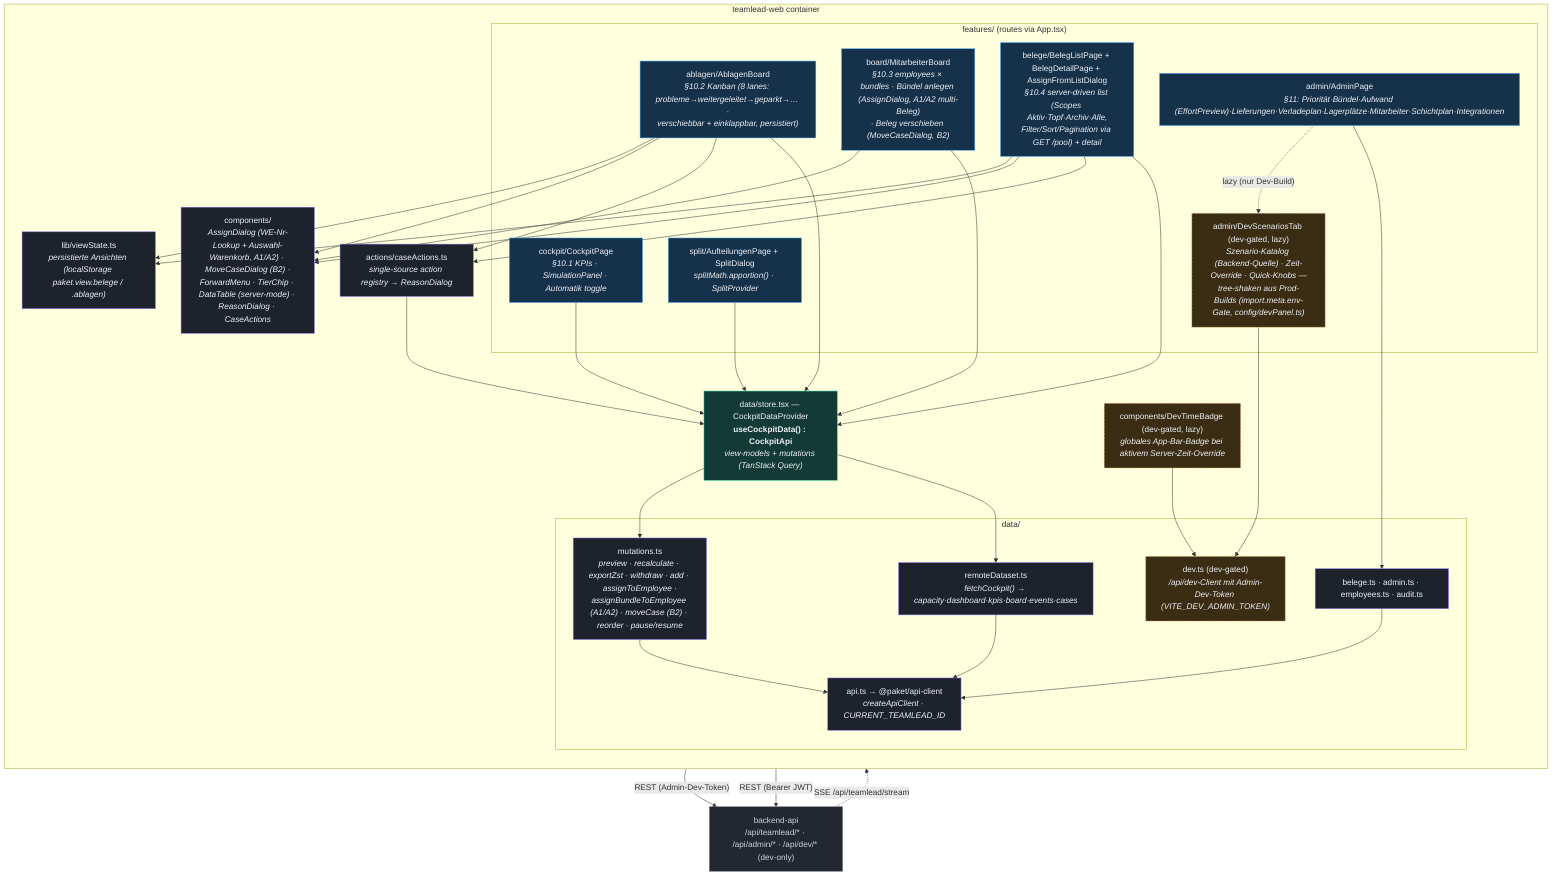
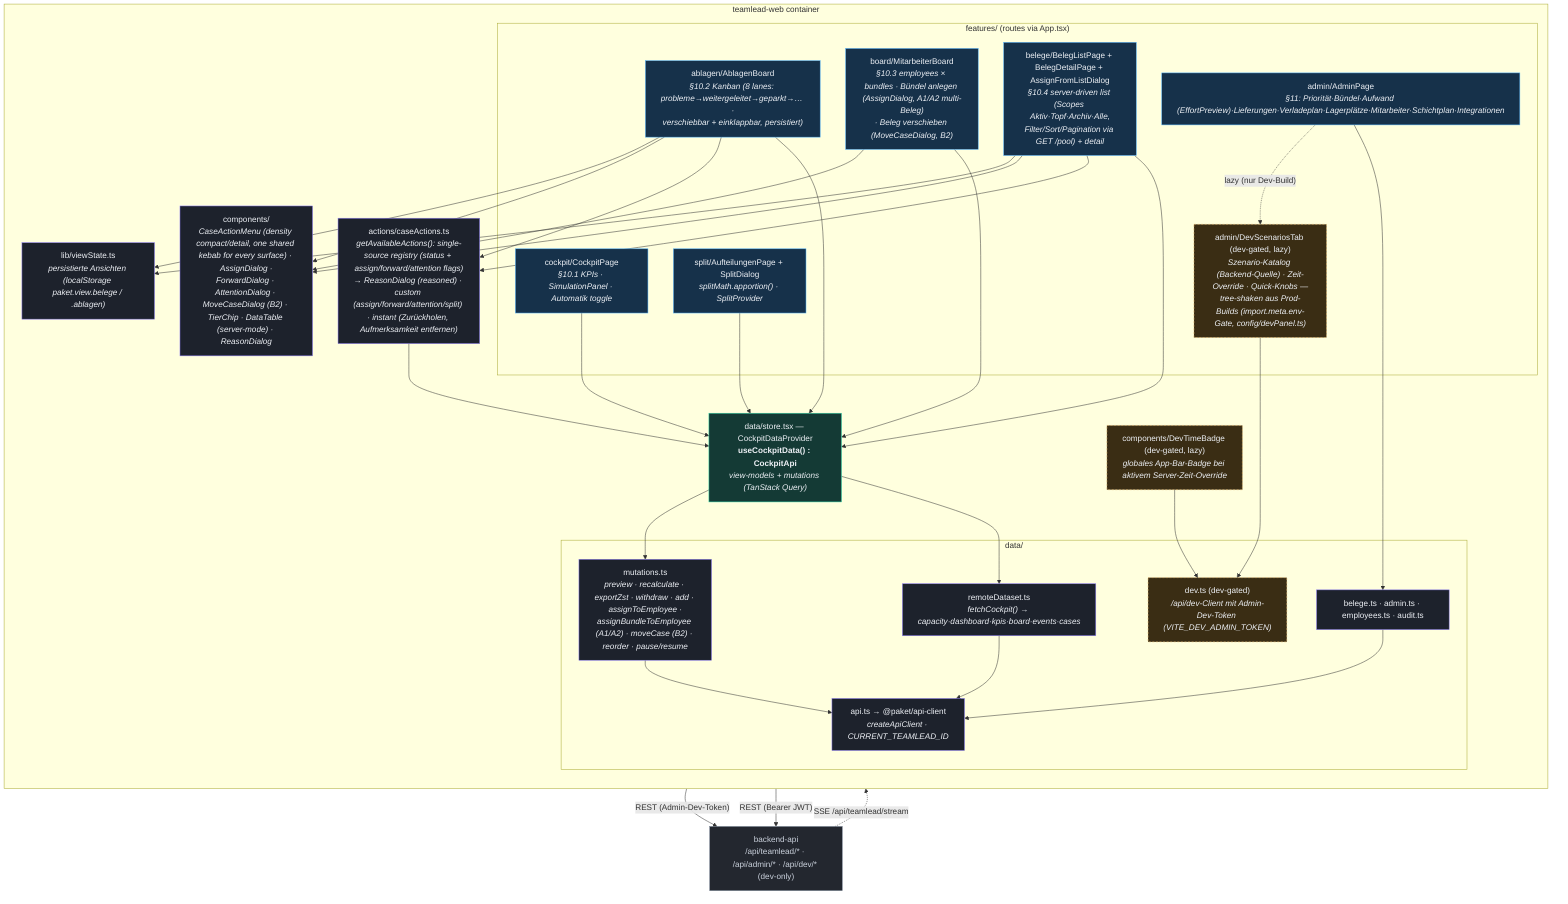
%% C4 Level 3 — Components: teamlead-web (React + Vite + MUI, TanStack Query)
%% Verified against apps/teamlead-web/src/* (features/, data/, actions/, components/).
flowchart TB
    classDef feat fill:#16314a,stroke:#56b6ff,color:#eef1f6;
    classDef store fill:#143a35,stroke:#2dd4a7,color:#eef1f6;
    classDef logic fill:#1d222c,stroke:#8b7cf6,color:#eef1f6;
    classDef ext fill:#23272f,stroke:#7c8696,color:#cbd2dd;
    classDef dev fill:#3a2d14,stroke:#e5b567,color:#eef1f6,stroke-dasharray:4 3;

    api["backend-api<br/>/api/teamlead/* · /api/admin/* · /api/dev/* (dev-only)"]:::ext

    subgraph web["teamlead-web container"]
        direction TB
        subgraph features["features/ (routes via App.tsx)"]
            cockpit["cockpit/CockpitPage<br/><i>§10.1 KPIs · SimulationPanel · Automatik toggle</i>"]:::feat
            ablagen["ablagen/AblagenBoard<br/><i>§10.2 Kanban (8 lanes: probleme→weitergeleitet→geparkt→… ·<br/>verschiebbar + einklappbar, persistiert)</i>"]:::feat
            board["board/MitarbeiterBoard<br/><i>§10.3 employees × bundles · Bündel anlegen (AssignDialog, A1/A2 multi-Beleg)<br/>· Beleg verschieben (MoveCaseDialog, B2)</i>"]:::feat
            belege["belege/BelegListPage + BelegDetailPage + AssignFromListDialog<br/><i>§10.4 server-driven list (Scopes Aktiv·Topf·Archiv·Alle,<br/>Filter/Sort/Pagination via GET /pool) + detail</i>"]:::feat
            split["split/AufteilungenPage + SplitDialog<br/><i>splitMath.apportion() · SplitProvider</i>"]:::feat
            admin["admin/AdminPage<br/><i>§11: Priorität·Bündel·Aufwand (EffortPreview)·Lieferungen·Verladeplan·Lagerplätze·Mitarbeiter·Schichtplan·Integrationen</i>"]:::feat
            devtab["admin/DevScenariosTab (dev-gated, lazy)<br/><i>Szenario-Katalog (Backend-Quelle) · Zeit-Override · Quick-Knobs —<br/>tree-shaken aus Prod-Builds (import.meta.env-Gate, config/devPanel.ts)</i>"]:::dev
        end
        devbadge["components/DevTimeBadge (dev-gated, lazy)<br/><i>globales App-Bar-Badge bei aktivem Server-Zeit-Override</i>"]:::dev
        store["data/store.tsx — CockpitDataProvider<br/><b>useCockpitData() : CockpitApi</b><br/><i>view-models + mutations (TanStack Query)</i>"]:::store
        subgraph datal["data/"]
            remote["remoteDataset.ts<br/><i>fetchCockpit() → capacity·dashboard·kpis·board·events·cases</i>"]:::logic
            belegeData["belege.ts · admin.ts · employees.ts · audit.ts"]:::logic
            devData["dev.ts (dev-gated)<br/><i>/api/dev-Client mit Admin-Dev-Token (VITE_DEV_ADMIN_TOKEN)</i>"]:::dev
            mutations["mutations.ts<br/><i>preview · recalculate · exportZst · withdraw · add · assignToEmployee ·<br/>assignBundleToEmployee (A1/A2) · moveCase (B2) · reorder · pause/resume</i>"]:::logic
            apiClient["api.ts → @paket/api-client<br/><i>createApiClient · CURRENT_TEAMLEAD_ID</i>"]:::logic
        end
-         actions["actions/caseActions.ts<br/><i>single-source action registry → ReasonDialog</i>"]:::logic
-         shared["components/<br/><i>AssignDialog (WE-Nr-Lookup + Auswahl-Warenkorb, A1/A2) · MoveCaseDialog (B2) ·<br/>ForwardMenu · TierChip · DataTable (server-mode) · ReasonDialog · CaseActions</i>"]:::logic
+         actions["actions/caseActions.ts<br/><i>getAvailableActions(): single-source registry (status + assign/forward/attention flags)<br/>→ ReasonDialog (reasoned) · custom (assign/forward/attention/split) · instant (Zurückholen, Aufmerksamkeit entfernen)</i>"]:::logic
+         shared["components/<br/><i>CaseActionMenu (density compact/detail, one shared kebab for every surface) · AssignDialog ·<br/>ForwardDialog · AttentionDialog · MoveCaseDialog (B2) · TierChip · DataTable (server-mode) · ReasonDialog</i>"]:::logic
        viewState["lib/viewState.ts<br/><i>persistierte Ansichten (localStorage paket.view.belege / .ablagen)</i>"]:::logic
    end

    cockpit --> store
    ablagen --> store
    board --> store
    belege --> store
    split --> store
    admin --> belegeData
    admin -. "lazy (nur Dev-Build)" .-> devtab
    devtab --> devData
    devbadge --> devData
    devData -->|"REST (Admin-Dev-Token)"| api
    ablagen --> actions
    belege --> actions
    actions --> store
    board --> shared
    ablagen --> shared
    belege --> shared
    ablagen --> viewState
    belege --> viewState
    store --> remote
    store --> mutations
    remote --> apiClient
    mutations --> apiClient
    belegeData --> apiClient
    apiClient -->|"REST (Bearer JWT)"| api
    api -. "SSE /api/teamlead/stream" .-> store
